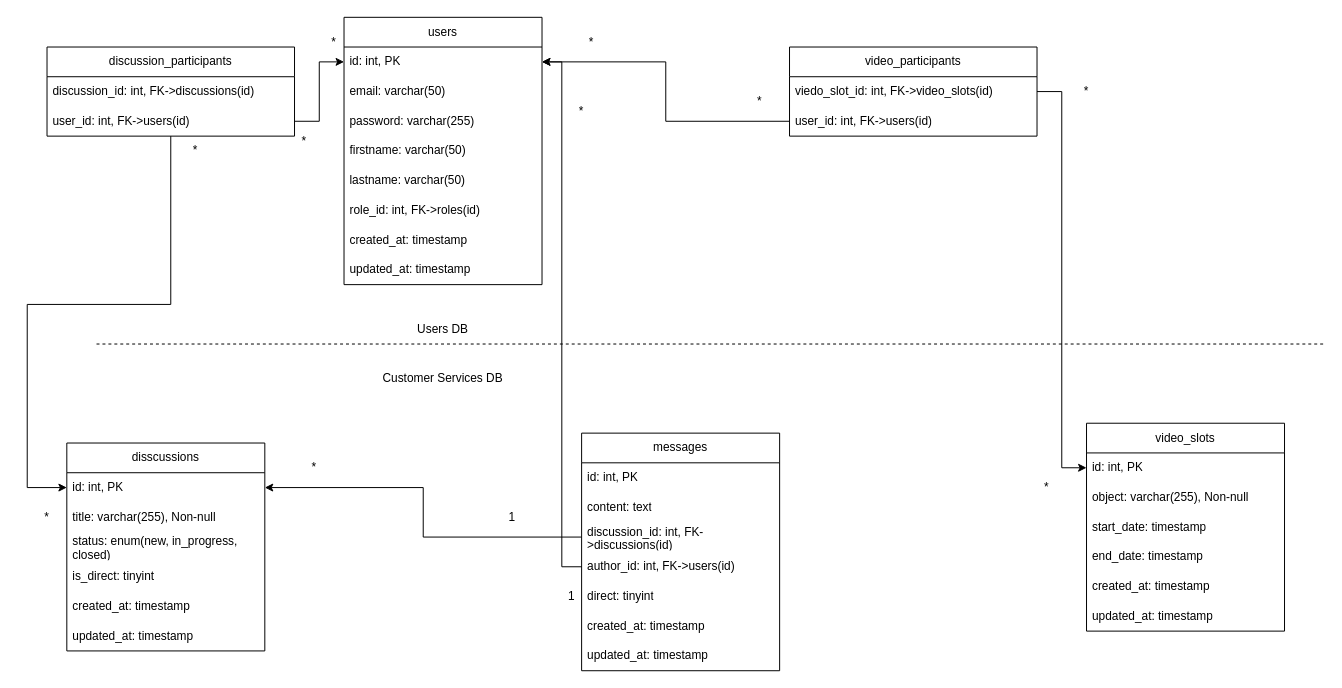
Above: MS_Customer_services.drawio in TBERT31/P13-YourCarYourWay_MessageApp_JavaAngular (draw.io), before the change. Source tidied: cells renumbered, new cells numbered last; positions are measured from the earlier drawing's top-left corner, leaving out a move shared by most shapes. Both pictures are drawn from the tidied source at 99%, with x=0, y=0 at pixel (17, 17).
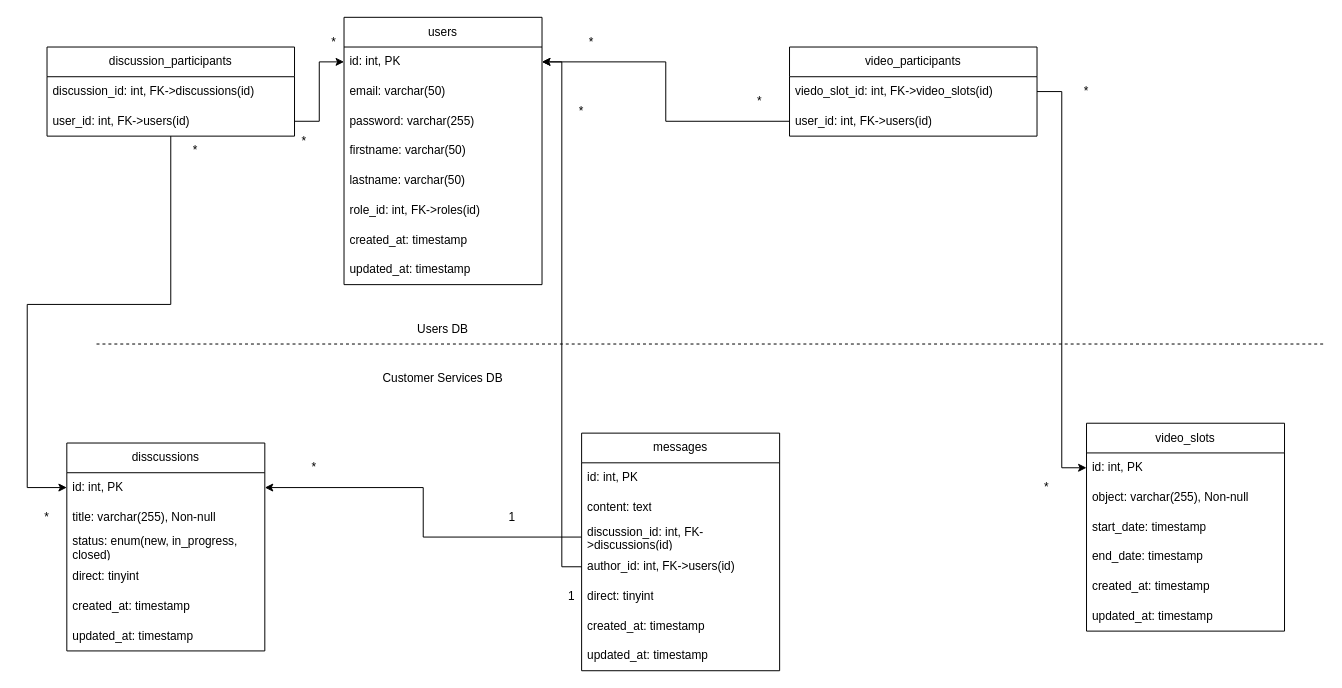
The same diagram, later.

Commit message:
Mettre à jour MS_Customer_services.drawio

Unchanged cells that the change refers to:
```xml
<mxCell id="14" value="disscussions" style="swimlane;fontStyle=0;horizontal=1;startSize=30;whiteSpace=wrap;html=1;direction=east;" parent="1" vertex="1">
  <mxGeometry x="50" y="430" width="200" height="210" as="geometry" />
</mxCell>
```

Change to the diagram source:
```diff
@@
-    <mxCell id="18" value="is_direct: tinyint" style="text;strokeColor=none;fillColor=none;align=left;verticalAlign=middle;spacingLeft=4;spacingRight=4;overflow=hidden;whiteSpace=wrap;html=1;" parent="14" vertex="1">
+    <mxCell id="18" value="direct: tinyint" style="text;strokeColor=none;fillColor=none;align=left;verticalAlign=middle;spacingLeft=4;spacingRight=4;overflow=hidden;whiteSpace=wrap;html=1;" parent="14" vertex="1">
       <mxGeometry y="120" width="200" height="30" as="geometry" />
     </mxCell>
```
